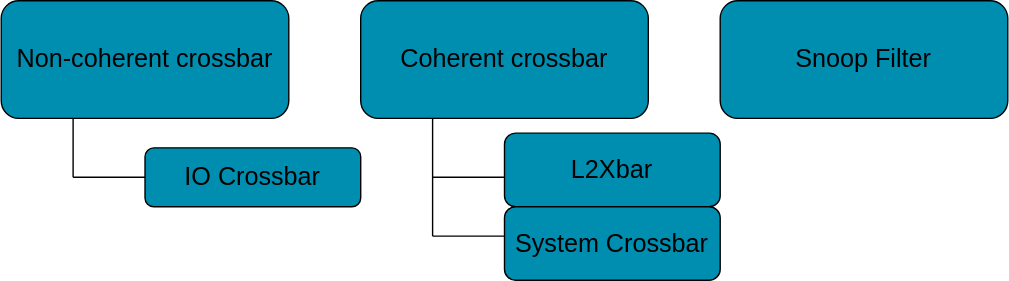
This is slides/02-Using-gem5/05-cache-hierarchies/crossbar.drawio.svg from gem5bootcamp/lps2024, a draw.io export, as it was before one commit. Source tidied: cells renumbered, new cells last; positions are measured from the earlier drawing's top-left corner, leaving out a move shared by most shapes.
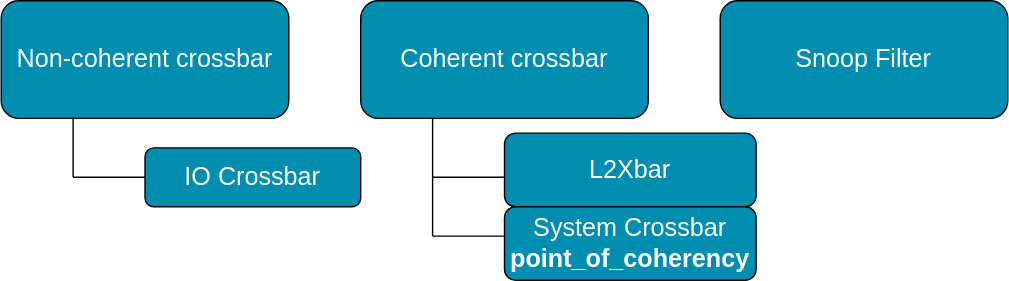
Above is the later version.

Diff of the diagram source:
```diff
@@ -2,54 +2,51 @@
   <root>
     <mxCell id="0" />
     <mxCell id="1" parent="0" />
-    <mxCell id="2" style="group;" parent="1" vertex="1">
-      <mxGeometry width="720" height="200" as="geometry" />
-    </mxCell>
-    <mxCell id="3" value="&lt;font style=&quot;font-size: 18px;&quot; color=&quot;#000000&quot;&gt;Non-coherent crossbar&lt;/font&gt;" style="rounded=1;whiteSpace=wrap;html=1;fillColor=#008eb0;strokeColor=#000000;" parent="2" vertex="1">
+    <mxCell id="3" value="&lt;font style=&quot;font-size: 18px;&quot;&gt;Non-coherent crossbar&lt;/font&gt;" style="rounded=1;whiteSpace=wrap;html=1;fillColor=#008eb0;strokeColor=#000000;fontColor=#FFFFFF;" parent="1" vertex="1">
       <mxGeometry width="205.7" height="84.2" as="geometry" />
     </mxCell>
-    <mxCell id="4" value="&lt;font color=&quot;#000000&quot; style=&quot;font-size: 18px;&quot;&gt;Coherent crossbar&lt;/font&gt;" style="rounded=1;whiteSpace=wrap;html=1;fillColor=#008eb0;strokeColor=#000000;" parent="2" vertex="1">
+    <mxCell id="4" value="&lt;font style=&quot;font-size: 18px;&quot;&gt;Coherent crossbar&lt;/font&gt;" style="rounded=1;whiteSpace=wrap;html=1;fillColor=#008eb0;strokeColor=#000000;fontColor=#FFFFFF;" parent="1" vertex="1">
       <mxGeometry x="257.1" width="205.7" height="84.2" as="geometry" />
     </mxCell>
-    <mxCell id="5" value="&lt;font color=&quot;#000000&quot; style=&quot;font-size: 18px;&quot;&gt;Snoop Filter&lt;/font&gt;" style="rounded=1;whiteSpace=wrap;html=1;fillColor=#008eb0;strokeColor=#000000;" parent="2" vertex="1">
+    <mxCell id="5" value="&lt;font style=&quot;font-size: 18px;&quot;&gt;Snoop Filter&lt;/font&gt;" style="rounded=1;whiteSpace=wrap;html=1;fillColor=#008eb0;strokeColor=#000000;fontColor=#FFFFFF;" parent="1" vertex="1">
       <mxGeometry x="514.3" width="205.7" height="84.2" as="geometry" />
     </mxCell>
-    <mxCell id="6" style="endArrow=none;html=1;fontSize=18;fontColor=#000000;" parent="2" edge="1">
+    <mxCell id="6" style="endArrow=none;html=1;fontSize=18;fontColor=#000000;" parent="1" edge="1">
       <mxGeometry relative="1" as="geometry">
         <mxPoint x="51.4" y="126.3" as="sourcePoint" />
         <mxPoint x="102.9" y="126.3" as="targetPoint" />
       </mxGeometry>
     </mxCell>
-    <mxCell id="7" style="endArrow=none;html=1;fontSize=18;fontColor=#000000;entryX=0.25;entryY=1;entryDx=0;entryDy=0;" parent="2" edge="1" target="3">
+    <mxCell id="7" style="endArrow=none;html=1;fontSize=18;fontColor=#000000;entryX=0.25;entryY=1;entryDx=0;entryDy=0;" parent="1" edge="1" target="3">
       <mxGeometry relative="1" as="geometry">
         <mxPoint x="51.4" y="126.3" as="sourcePoint" />
       </mxGeometry>
     </mxCell>
-    <mxCell id="8" value="IO Crossbar" style="rounded=1;whiteSpace=wrap;html=1;strokeColor=#000000;fontSize=18;fontColor=#000000;fillColor=#008eb0;" parent="2" vertex="1">
+    <mxCell id="8" value="IO Crossbar" style="rounded=1;whiteSpace=wrap;html=1;strokeColor=#000000;fontSize=18;fontColor=#FFFFFF;fillColor=#008eb0;" parent="1" vertex="1">
       <mxGeometry x="102.9" y="105.3" width="154.3" height="42.1" as="geometry" />
     </mxCell>
-    <mxCell id="9" style="endArrow=none;html=1;fontSize=18;fontColor=#000000;entryX=0.25;entryY=1;entryDx=0;entryDy=0;" parent="2" edge="1" target="4">
+    <mxCell id="9" style="endArrow=none;html=1;fontSize=18;fontColor=#000000;entryX=0.25;entryY=1;entryDx=0;entryDy=0;" parent="1" edge="1" target="4">
       <mxGeometry relative="1" as="geometry">
         <mxPoint x="308.6" y="168.4" as="sourcePoint" />
       </mxGeometry>
     </mxCell>
-    <mxCell id="10" style="endArrow=none;html=1;fontSize=18;fontColor=#000000;" parent="2" edge="1">
+    <mxCell id="10" style="endArrow=none;html=1;fontSize=18;fontColor=#000000;" parent="1" edge="1">
       <mxGeometry relative="1" as="geometry">
         <mxPoint x="308.6" y="126.3" as="sourcePoint" />
         <mxPoint x="360" y="126.3" as="targetPoint" />
       </mxGeometry>
     </mxCell>
-    <mxCell id="11" style="endArrow=none;html=1;fontSize=18;fontColor=#000000;" parent="2" edge="1">
+    <mxCell id="11" style="endArrow=none;html=1;fontSize=18;fontColor=#000000;" parent="1" edge="1">
       <mxGeometry relative="1" as="geometry">
         <mxPoint x="308.6" y="168.4" as="sourcePoint" />
         <mxPoint x="360" y="168.4" as="targetPoint" />
       </mxGeometry>
     </mxCell>
-    <mxCell id="12" value="L2Xbar" style="rounded=1;whiteSpace=wrap;html=1;strokeColor=#000000;fontSize=18;fontColor=#000000;fillColor=#008eb0;" parent="2" vertex="1">
-      <mxGeometry x="360" y="94.7" width="154.3" height="52.6" as="geometry" />
+    <mxCell id="12" value="L2Xbar" style="rounded=1;whiteSpace=wrap;html=1;strokeColor=#000000;fontSize=18;fontColor=#FFFFFF;fillColor=#008eb0;" parent="1" vertex="1">
+      <mxGeometry x="360" y="94.7" width="180" height="52.6" as="geometry" />
     </mxCell>
-    <mxCell id="13" value="System Crossbar" style="rounded=1;whiteSpace=wrap;html=1;strokeColor=#000000;fontSize=18;fontColor=#000000;fillColor=#008eb0;" parent="2" vertex="1">
-      <mxGeometry x="360" y="147.4" width="154.3" height="52.6" as="geometry" />
+    <mxCell id="13" value="System Crossbar&lt;br&gt;&lt;b&gt;point_of_coherency&lt;/b&gt;" style="rounded=1;whiteSpace=wrap;html=1;strokeColor=#000000;fontSize=18;fontColor=#FFFFFF;fillColor=#008eb0;" parent="1" vertex="1">
+      <mxGeometry x="360" y="147.4" width="180" height="52.6" as="geometry" />
     </mxCell>
   </root>
 </mxGraphModel>
```
